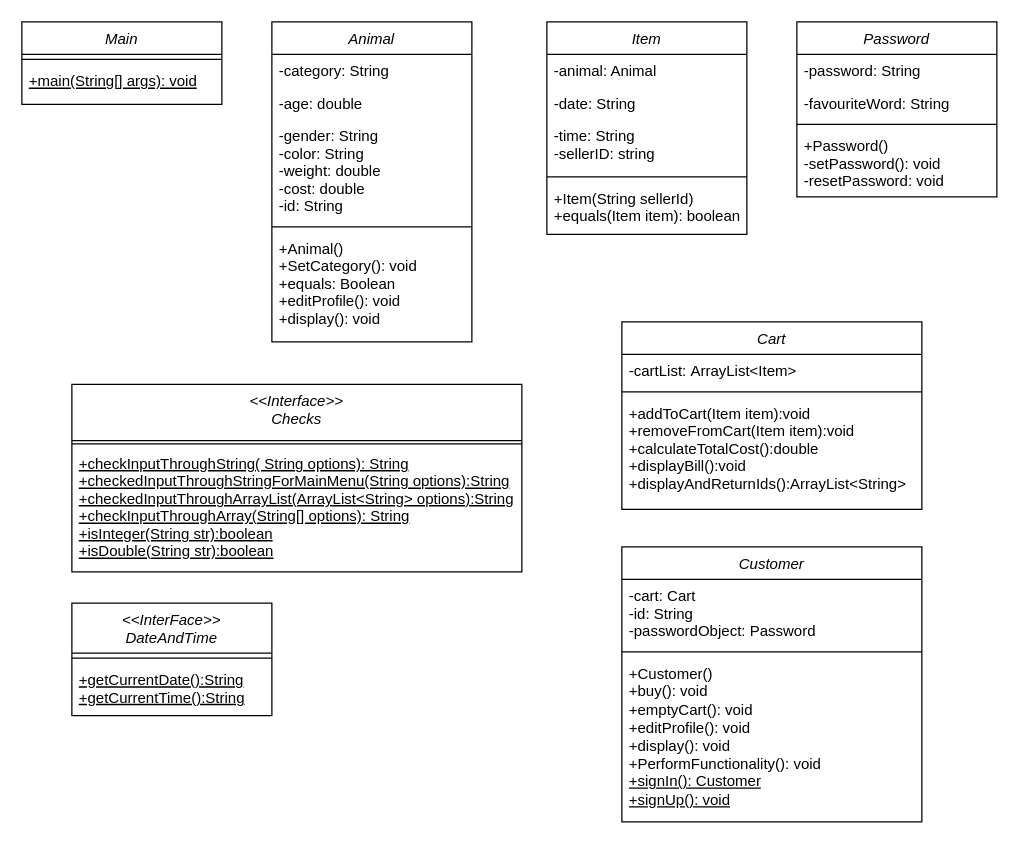
This is Diagram/ Analys_reflektion.drawio from GitoPot/Analys_reflektion, a draw.io file, before an edit. Source tidied: cells renumbered, new cells numbered last; positions are measured from the earlier drawing's top-left corner, leaving out a move shared by most shapes. Both pictures are drawn from the tidied source at 125%, with x=0, y=0 at pixel (21, 21).
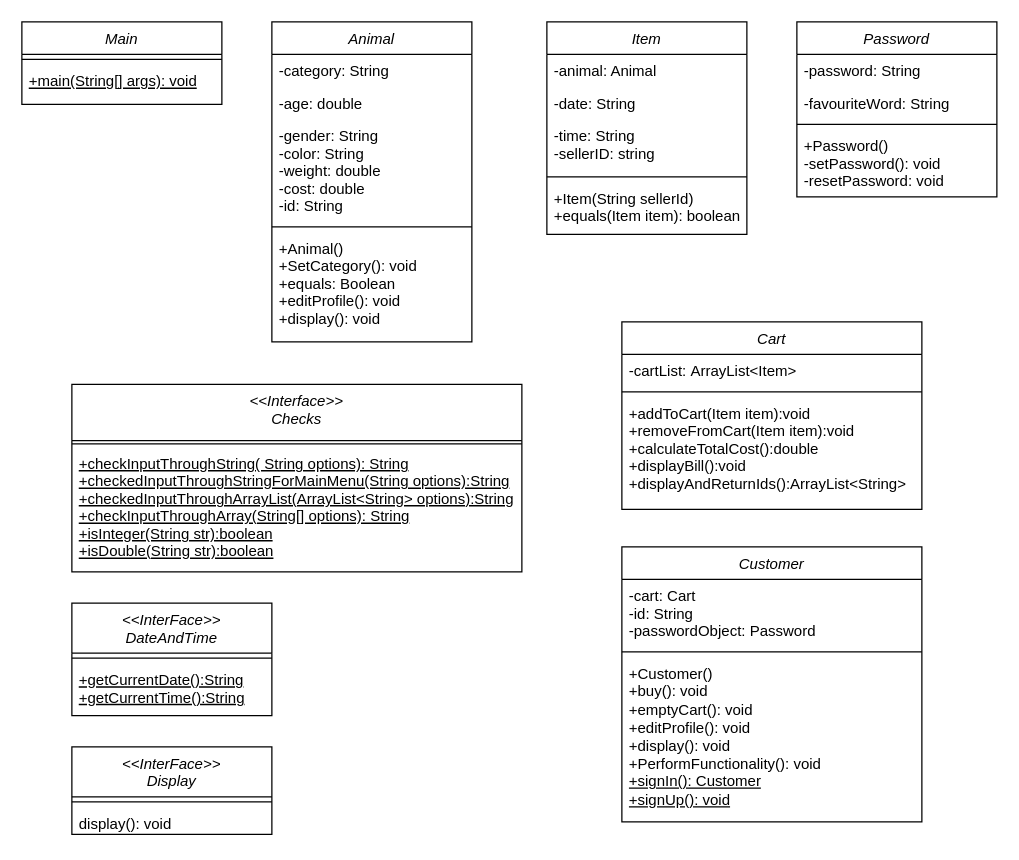
The same page after the edit.

What changed in the source:
```diff
@@
+    <mxCell id="36" value="&lt;&lt;InterFace&gt;&gt;&#10;Display" style="swimlane;fontStyle=2;align=center;verticalAlign=top;horizontal=1;startSize=40;rounded=0;shadow=0;strokeWidth=1;" parent="1" vertex="1">
+      <mxGeometry x="40" y="580" width="160" height="70" as="geometry" />
+    </mxCell>
+    <mxCell id="37" style="line;html=1;strokeWidth=1;align=left;verticalAlign=middle;spacingTop=-1;spacingLeft=3;spacingRight=3;labelPosition=right;" parent="36" vertex="1">
+      <mxGeometry y="40" width="160" height="8" as="geometry" />
+    </mxCell>
+    <mxCell id="38" value="display(): void" style="text;align=left;verticalAlign=top;spacingLeft=4;spacingRight=4;overflow=hidden;fontStyle=0;" parent="36" vertex="1">
+      <mxGeometry y="48" width="160" height="22" as="geometry" />
+    </mxCell>
```
